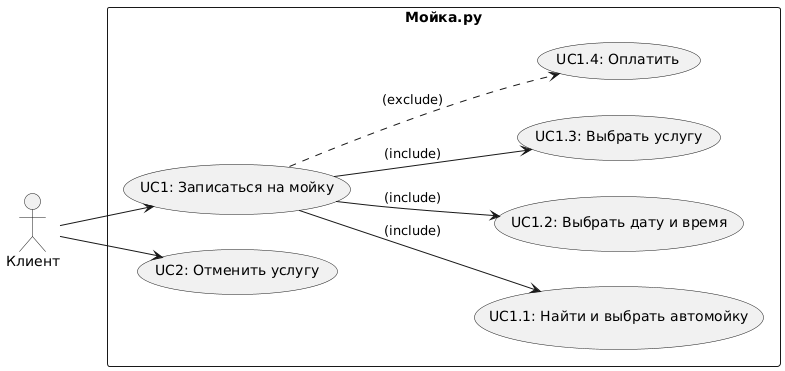
Before: diagrams/service_functions.PNG, a diagram exported from PlantUML (CyberSerega/IntegrationServices).
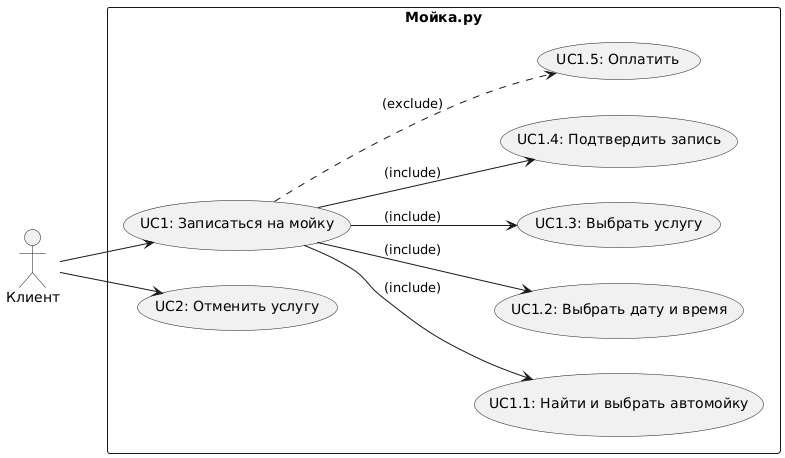
Above is the later version.

The edit, as a diff of the source:
```diff
@@ -8,15 +8,18 @@
 	usecase "UC1.1: Найти и выбрать автомойку" as UC2
 	usecase "UC1.2: Выбрать дату и время" as UC3
 	usecase "UC1.3: Выбрать услугу" as UC4
-	usecase "UC2: Отменить услугу" as UC5
-	usecase "UC1.4: Оплатить" as UC6
+  usecase "UC1.4: Подтвердить запись" as UC5
+	usecase "UC1.5: Оплатить" as UC6
+
+	usecase "UC2: Отменить услугу" as UC7
 }
 
 UC1 --> UC2:(include)
 UC1 --> UC3:(include)
 UC1 --> UC4:(include)
+UC1 --> UC5:(include)
 UC1 ..> UC6:(exclude)
 
 fc --> UC1
-fc --> UC5
+fc --> UC7
 @enduml
```
